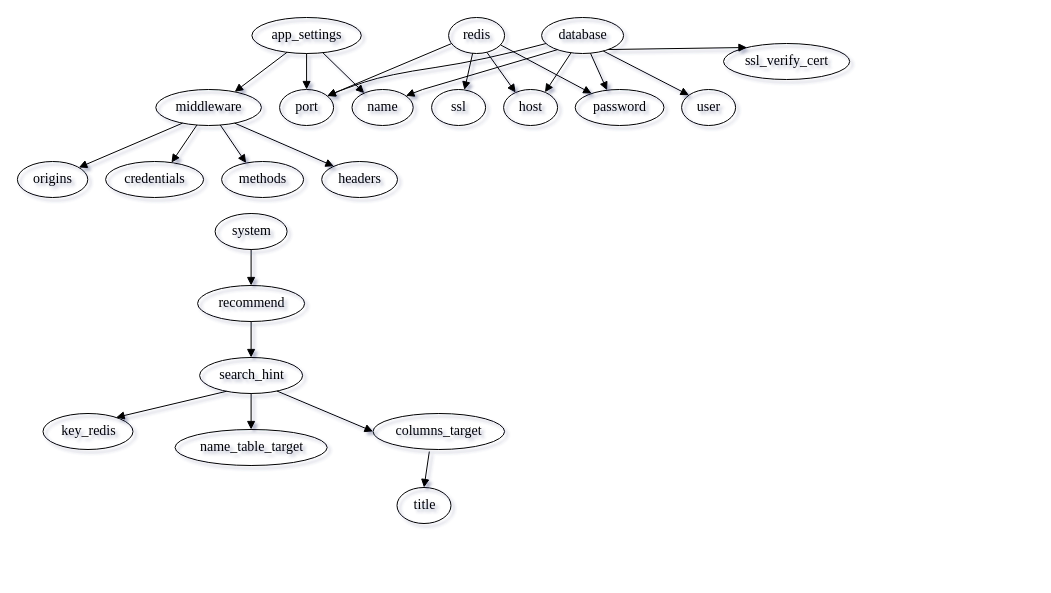
Before: Diagrams/data_structure/Sơ đồ DataStructure cấu hình hệ thống API.drawio in VennDev/EC-Recommend-System-Old, a draw.io diagram. Source tidied: cells renumbered, new cells numbered last; positions are measured from the earlier drawing's top-left corner, leaving out a move shared by most shapes. Both pictures are drawn from the tidied source at 100%, with x=0, y=0 at pixel (17, 17).
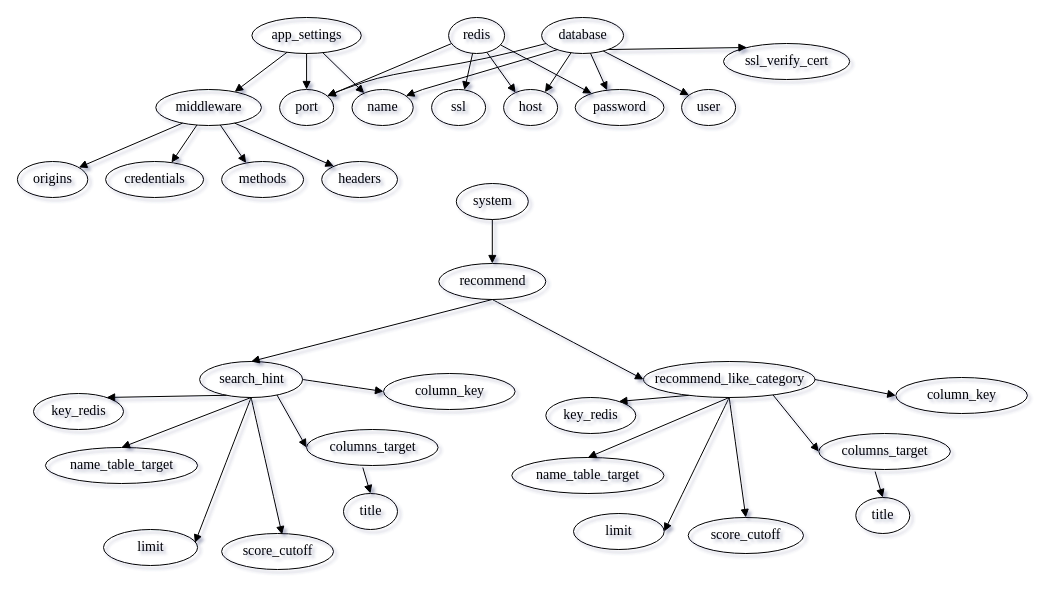
The same diagram, later.

What changed in the source:
```diff
@@
     <mxCell id="17" value="&lt;font style='font-size: 14.0px;' face='Times New Roman,serif' color='#000000'&gt;system&lt;/font&gt;" style="ellipse;verticalAlign=middle;html=1;rounded=0;labelBackgroundColor=none;strokeColor=black;fillColor=none;strokeWidth=1;dashed=0;" parent="1" vertex="1">
-      <mxGeometry x="197.6" y="196" width="72" height="36" as="geometry" />
+      <mxGeometry x="438.8" y="166" width="72" height="36" as="geometry" />
     </mxCell>
+    <mxCell id="47" style="edgeStyle=none;curved=1;rounded=0;jettySize=auto;html=1;exitX=0.5;exitY=1;exitDx=0;exitDy=0;entryX=0;entryY=0.5;entryDx=0;entryDy=0;strokeWidth=1;endArrow=block;endFill=1;startSize=6;endSize=6;sourcePerimeterSpacing=8;targetPerimeterSpacing=8;" parent="1" edge="1" source="18" target="64">
+      <mxGeometry relative="1" as="geometry" />
+    </mxCell>
     <mxCell id="18" value="&lt;font style='font-size: 14.0px;' face='Times New Roman,serif' color='#000000'&gt;recommend&lt;/font&gt;" style="ellipse;verticalAlign=middle;html=1;rounded=0;labelBackgroundColor=none;strokeColor=black;fillColor=none;strokeWidth=1;dashed=0;" parent="1" vertex="1">
-      <mxGeometry x="180.1" y="268" width="107" height="36" as="geometry" />
+      <mxGeometry x="421.3" y="246" width="107" height="36" as="geometry" />
     </mxCell>
+    <mxCell id="48" style="edgeStyle=none;curved=1;rounded=0;jettySize=auto;html=1;exitX=1;exitY=0.5;exitDx=0;exitDy=0;entryX=0;entryY=0.5;entryDx=0;entryDy=0;endArrow=block;startSize=6;endSize=6;sourcePerimeterSpacing=8;targetPerimeterSpacing=8;endFill=1;strokeWidth=1;" parent="1" edge="1" source="19" target="51">
+      <mxGeometry relative="1" as="geometry" />
+    </mxCell>
+    <mxCell id="49" style="edgeStyle=none;curved=1;rounded=0;jettySize=auto;html=1;exitX=0.5;exitY=1;exitDx=0;exitDy=0;entryX=0.541;entryY=0.031;entryDx=0;entryDy=0;entryPerimeter=0;strokeWidth=1;endArrow=block;endFill=1;startSize=6;endSize=6;sourcePerimeterSpacing=8;targetPerimeterSpacing=8;" parent="1" edge="1" source="19" target="66">
+      <mxGeometry relative="1" as="geometry" />
+    </mxCell>
+    <mxCell id="50" style="edgeStyle=none;curved=1;rounded=0;jettySize=auto;html=1;exitX=0.5;exitY=1;exitDx=0;exitDy=0;entryX=0.971;entryY=0.373;entryDx=0;entryDy=0;entryPerimeter=0;strokeWidth=1;endArrow=block;endFill=1;startSize=6;endSize=6;sourcePerimeterSpacing=8;targetPerimeterSpacing=8;" parent="1" edge="1" source="19" target="65">
+      <mxGeometry relative="1" as="geometry" />
+    </mxCell>
     <mxCell id="19" value="&lt;font style='font-size: 14.0px;' face='Times New Roman,serif' color='#000000'&gt;search_hint&lt;/font&gt;" style="ellipse;verticalAlign=middle;html=1;rounded=0;labelBackgroundColor=none;strokeColor=black;fillColor=none;strokeWidth=1;dashed=0;" parent="1" vertex="1">
-      <mxGeometry x="182.1" y="340" width="103" height="36" as="geometry" />
+      <mxGeometry x="182.1" y="344" width="103" height="36" as="geometry" />
     </mxCell>
     <mxCell id="20" value="&lt;font style='font-size: 14.0px;' face='Times New Roman,serif' color='#000000'&gt;key_redis&lt;/font&gt;" style="ellipse;verticalAlign=middle;html=1;rounded=0;labelBackgroundColor=none;strokeColor=black;fillColor=none;strokeWidth=1;dashed=0;" parent="1" vertex="1">
-      <mxGeometry x="25.5" y="396" width="90" height="36" as="geometry" />
+      <mxGeometry x="16" y="376" width="90" height="36" as="geometry" />
     </mxCell>
     <mxCell id="21" value="&lt;font style='font-size: 14.0px;' face='Times New Roman,serif' color='#000000'&gt;name_table_target&lt;/font&gt;" style="ellipse;verticalAlign=middle;html=1;rounded=0;labelBackgroundColor=none;strokeColor=black;fillColor=none;strokeWidth=1;dashed=0;" parent="1" vertex="1">
-      <mxGeometry x="157.5" y="412" width="152.2" height="36" as="geometry" />
+      <mxGeometry x="27.9" y="430" width="152.2" height="36" as="geometry" />
     </mxCell>
     <mxCell id="22" value="&lt;font style='font-size: 14.0px;' face='Times New Roman,serif' color='#000000'&gt;columns_target&lt;/font&gt;" style="ellipse;verticalAlign=middle;html=1;rounded=0;labelBackgroundColor=none;strokeColor=black;fillColor=none;strokeWidth=1;dashed=0;" parent="1" vertex="1">
-      <mxGeometry x="355.5" y="396" width="131.6" height="36" as="geometry" />
+      <mxGeometry x="289" y="412" width="131.6" height="36" as="geometry" />
     </mxCell>
     <mxCell id="23" value="&lt;font style='font-size: 14.0px;' face='Times New Roman,serif' color='#000000'&gt;title&lt;/font&gt;" style="ellipse;verticalAlign=middle;html=1;rounded=0;labelBackgroundColor=none;strokeColor=black;fillColor=none;strokeWidth=1;dashed=0;" parent="1" vertex="1">
-      <mxGeometry x="379.5" y="470" width="54" height="36" as="geometry" />
+      <mxGeometry x="326" y="476" width="54" height="36" as="geometry" />
     </mxCell>
@@
+    <mxCell id="51" value="&lt;font style=&quot;font-size: 14.0px;&quot; face=&quot;Times New Roman,serif&quot; color=&quot;#000000&quot;&gt;column_key&lt;/font&gt;" style="ellipse;verticalAlign=middle;html=1;rounded=0;labelBackgroundColor=none;strokeColor=black;fillColor=none;strokeWidth=1;dashed=0;" parent="1" vertex="1">
+      <mxGeometry x="366" y="356" width="131.6" height="36" as="geometry" />
+    </mxCell>
+    <mxCell id="52" style="edgeStyle=none;curved=1;rounded=0;jettySize=auto;html=1;exitX=1;exitY=0.5;exitDx=0;exitDy=0;entryX=0;entryY=0.5;entryDx=0;entryDy=0;endArrow=block;startSize=6;endSize=6;sourcePerimeterSpacing=8;targetPerimeterSpacing=8;endFill=1;strokeWidth=1;" parent="1" edge="1" source="64" target="61">
+      <mxGeometry relative="1" as="geometry" />
+    </mxCell>
+    <mxCell id="53" value="&lt;font style='font-size: 14.0px;' face='Times New Roman,serif' color='#000000'&gt;key_redis&lt;/font&gt;" style="ellipse;verticalAlign=middle;html=1;rounded=0;labelBackgroundColor=none;strokeColor=black;fillColor=none;strokeWidth=1;dashed=0;" parent="1" vertex="1">
+      <mxGeometry x="528.3" y="380" width="90" height="36" as="geometry" />
+    </mxCell>
+    <mxCell id="54" value="&lt;font style='font-size: 14.0px;' face='Times New Roman,serif' color='#000000'&gt;name_table_target&lt;/font&gt;" style="ellipse;verticalAlign=middle;html=1;rounded=0;labelBackgroundColor=none;strokeColor=black;fillColor=none;strokeWidth=1;dashed=0;" parent="1" vertex="1">
+      <mxGeometry x="494.3" y="440" width="152.2" height="36" as="geometry" />
+    </mxCell>
+    <mxCell id="55" value="&lt;font style='font-size: 14.0px;' face='Times New Roman,serif' color='#000000'&gt;columns_target&lt;/font&gt;" style="ellipse;verticalAlign=middle;html=1;rounded=0;labelBackgroundColor=none;strokeColor=black;fillColor=none;strokeWidth=1;dashed=0;" parent="1" vertex="1">
+      <mxGeometry x="801.3" y="416" width="131.6" height="36" as="geometry" />
+    </mxCell>
+    <mxCell id="56" value="&lt;font style='font-size: 14.0px;' face='Times New Roman,serif' color='#000000'&gt;title&lt;/font&gt;" style="ellipse;verticalAlign=middle;html=1;rounded=0;labelBackgroundColor=none;strokeColor=black;fillColor=none;strokeWidth=1;dashed=0;" parent="1" vertex="1">
+      <mxGeometry x="838.3" y="480" width="54" height="36" as="geometry" />
+    </mxCell>
+    <mxCell id="57" style="html=1;endArrow=block;dashed=0;endFill=1;startArrow=none;startFill=0;fillColor=black;strokeColor=black;strokeWidth=1;rounded=0;exitX=0.2269;exitY=1.0000;entryX=0.9039;entryY=0.0000;" parent="1" edge="1" source="64" target="53">
+      <mxGeometry relative="1" as="geometry" />
+    </mxCell>
+    <mxCell id="58" style="html=1;endArrow=block;dashed=0;endFill=1;startArrow=none;startFill=0;fillColor=black;strokeColor=black;strokeWidth=1;rounded=0;exitX=0.5000;exitY=1.0000;entryX=0.5000;entryY=0.0000;" parent="1" edge="1" source="64" target="54">
+      <mxGeometry relative="1" as="geometry" />
+    </mxCell>
+    <mxCell id="59" style="html=1;endArrow=block;dashed=0;endFill=1;startArrow=none;startFill=0;fillColor=black;strokeColor=black;strokeWidth=1;rounded=0;exitX=0.7995;exitY=1.0000;entryX=0;entryY=0.5;entryDx=0;entryDy=0;" parent="1" edge="1" source="64" target="55">
+      <mxGeometry relative="1" as="geometry" />
+    </mxCell>
+    <mxCell id="60" style="html=1;endArrow=block;dashed=0;endFill=1;startArrow=none;startFill=0;fillColor=black;strokeColor=black;strokeWidth=1;rounded=0;exitX=0.428;exitY=1.056;entryX=0.5000;entryY=0.0000;exitDx=0;exitDy=0;exitPerimeter=0;" parent="1" edge="1" source="55" target="56">
+      <mxGeometry relative="1" as="geometry" />
+    </mxCell>
+    <mxCell id="61" value="&lt;font style=&quot;font-size: 14.0px;&quot; face=&quot;Times New Roman,serif&quot; color=&quot;#000000&quot;&gt;column_key&lt;/font&gt;" style="ellipse;verticalAlign=middle;html=1;rounded=0;labelBackgroundColor=none;strokeColor=black;fillColor=none;strokeWidth=1;dashed=0;" parent="1" vertex="1">
+      <mxGeometry x="878.3" y="360" width="131.6" height="36" as="geometry" />
+    </mxCell>
+    <mxCell id="62" style="edgeStyle=none;curved=1;rounded=0;jettySize=auto;html=1;exitX=0.5;exitY=1;exitDx=0;exitDy=0;entryX=1;entryY=0.5;entryDx=0;entryDy=0;strokeWidth=1;endArrow=block;endFill=1;startSize=6;endSize=6;sourcePerimeterSpacing=8;targetPerimeterSpacing=8;" parent="1" edge="1" source="64" target="67">
+      <mxGeometry relative="1" as="geometry" />
+    </mxCell>
+    <mxCell id="63" style="edgeStyle=none;curved=1;rounded=0;jettySize=auto;html=1;exitX=0.5;exitY=1;exitDx=0;exitDy=0;entryX=0.5;entryY=0;entryDx=0;entryDy=0;strokeWidth=1;endArrow=block;endFill=1;startSize=6;endSize=6;sourcePerimeterSpacing=8;targetPerimeterSpacing=8;" parent="1" edge="1" source="64" target="68">
+      <mxGeometry relative="1" as="geometry" />
+    </mxCell>
+    <mxCell id="64" value="&lt;font style=&quot;font-size: 14.0px;&quot; face=&quot;Times New Roman,serif&quot; color=&quot;#000000&quot;&gt;recommend_like_category&lt;/font&gt;" style="ellipse;verticalAlign=middle;html=1;rounded=0;labelBackgroundColor=none;strokeColor=black;fillColor=none;strokeWidth=1;dashed=0;" parent="1" vertex="1">
+      <mxGeometry x="626" y="344" width="171.4" height="36" as="geometry" />
+    </mxCell>
+    <mxCell id="65" value="&lt;font style=&quot;font-size: 14.0px;&quot; face=&quot;Times New Roman,serif&quot; color=&quot;#000000&quot;&gt;limit&lt;/font&gt;" style="ellipse;verticalAlign=middle;html=1;rounded=0;labelBackgroundColor=none;strokeColor=black;fillColor=none;strokeWidth=1;dashed=0;" parent="1" vertex="1">
+      <mxGeometry x="86" y="512" width="94.1" height="36" as="geometry" />
+    </mxCell>
+    <mxCell id="66" value="&lt;font style=&quot;font-size: 14.0px;&quot; face=&quot;Times New Roman,serif&quot; color=&quot;#000000&quot;&gt;score_cutoff&lt;/font&gt;" style="ellipse;verticalAlign=middle;html=1;rounded=0;labelBackgroundColor=none;strokeColor=black;fillColor=none;strokeWidth=1;dashed=0;" parent="1" vertex="1">
+      <mxGeometry x="204.1" y="516" width="111.9" height="36" as="geometry" />
+    </mxCell>
+    <mxCell id="67" value="&lt;font style=&quot;font-size: 14.0px;&quot; face=&quot;Times New Roman,serif&quot; color=&quot;#000000&quot;&gt;limit&lt;/font&gt;" style="ellipse;verticalAlign=middle;html=1;rounded=0;labelBackgroundColor=none;strokeColor=black;fillColor=none;strokeWidth=1;dashed=0;" parent="1" vertex="1">
+      <mxGeometry x="556" y="496" width="90.7" height="36" as="geometry" />
+    </mxCell>
+    <mxCell id="68" value="&lt;font style=&quot;font-size: 14.0px;&quot; face=&quot;Times New Roman,serif&quot; color=&quot;#000000&quot;&gt;score_cutoff&lt;/font&gt;" style="ellipse;verticalAlign=middle;html=1;rounded=0;labelBackgroundColor=none;strokeColor=black;fillColor=none;strokeWidth=1;dashed=0;" parent="1" vertex="1">
+      <mxGeometry x="670.7" y="500" width="115.3" height="36" as="geometry" />
+    </mxCell>
```
